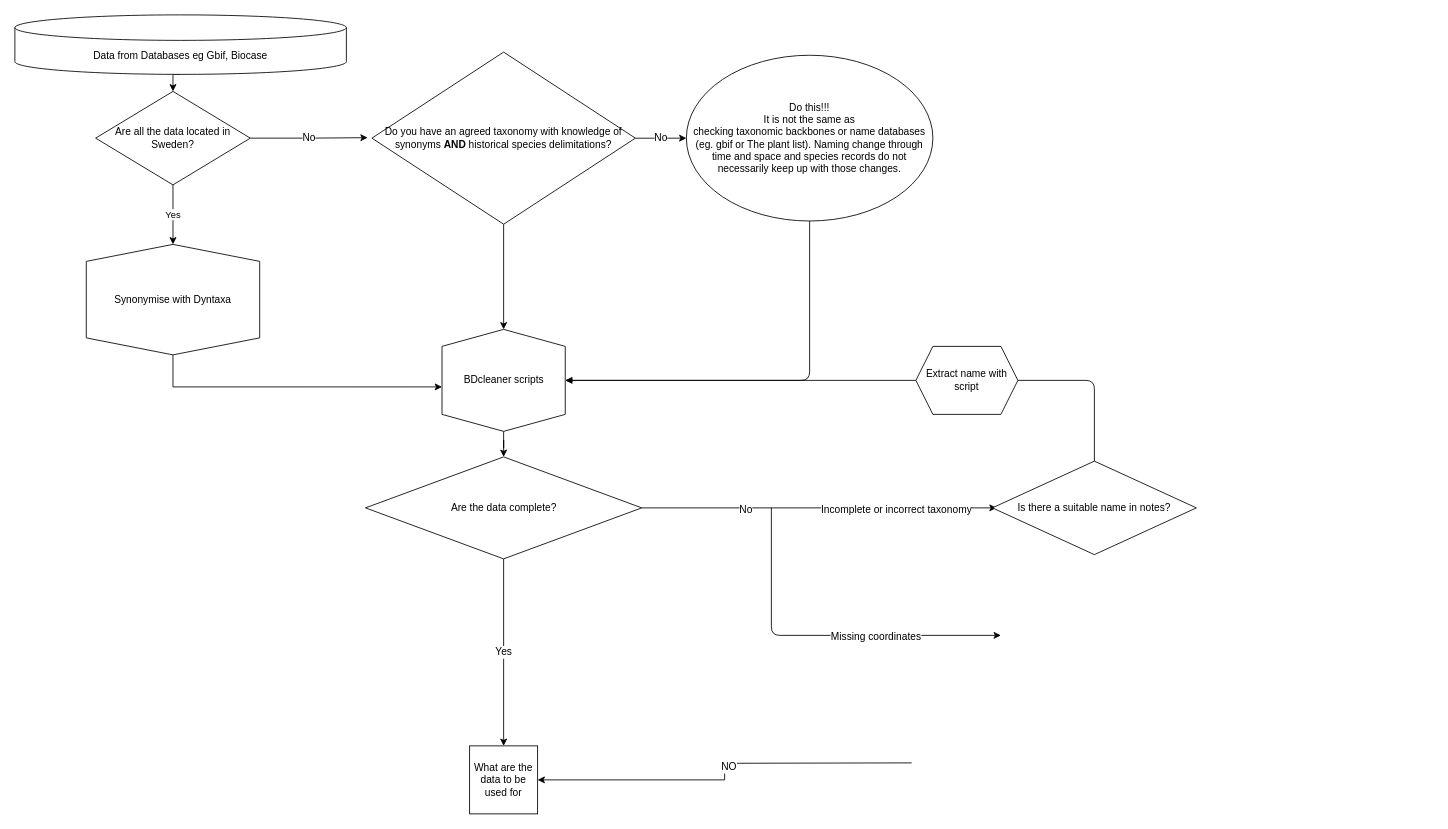
The draw.io diagram Workflow Overview.drawio in biodiversitydata-se/biodiversity-analysis-tools, before the edit. Source tidied: cells renumbered, new cells numbered last; positions are measured from the earlier drawing's top-left corner, leaving out a move shared by most shapes. Both pictures are drawn from the tidied source at 85%, with x=0, y=0 at pixel (14, 14).
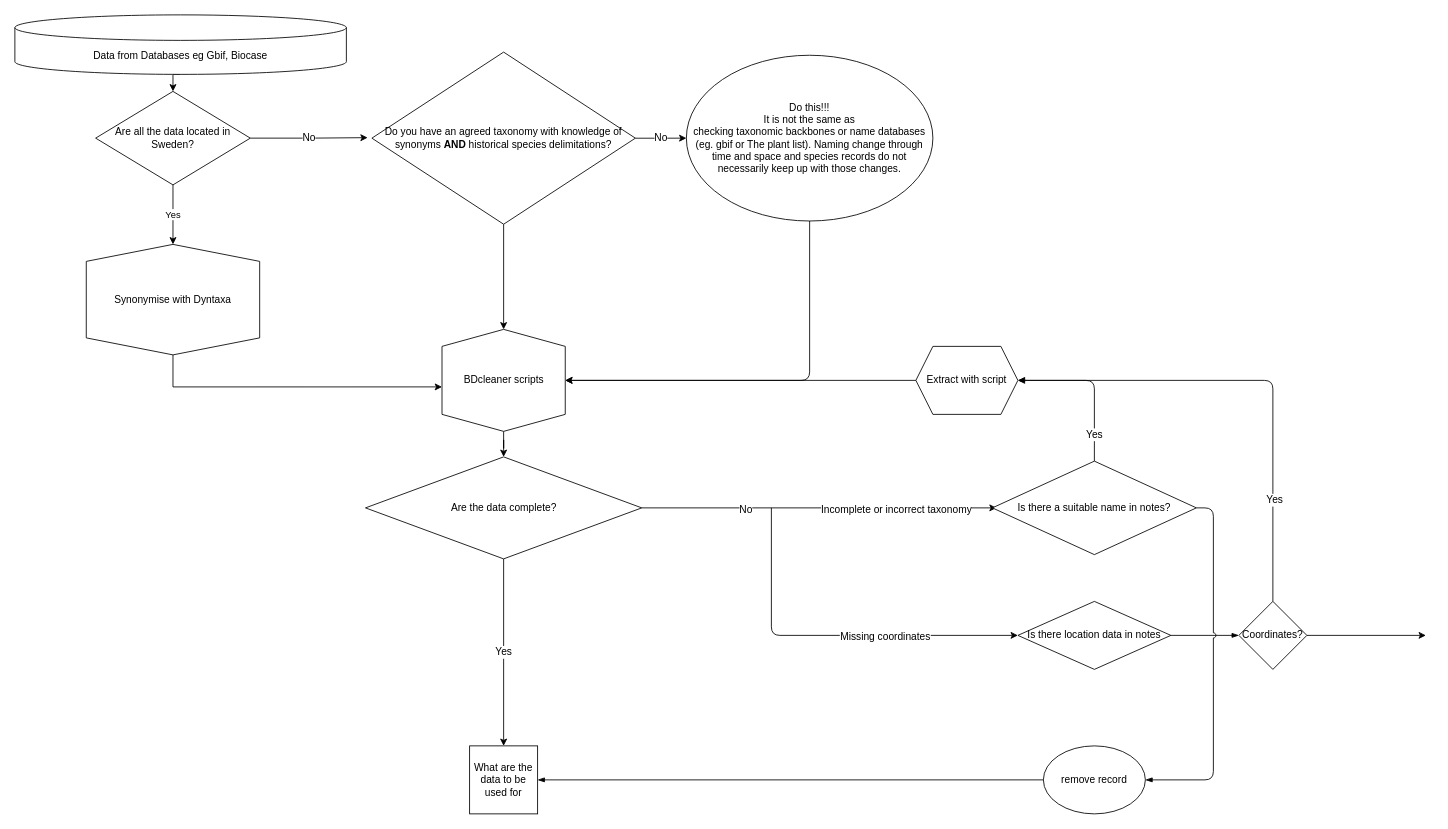
After the change.

Unchanged cells that the change refers to:
```xml
<mxCell id="15" value="BDcleaner scripts" style="shape=hexagon;perimeter=hexagonPerimeter2;whiteSpace=wrap;html=1;fixedSize=1;fontSize=12;direction=south;" parent="1" vertex="1">
  <mxGeometry x="502.5" y="370" width="145" height="120" as="geometry" />
</mxCell>
<mxCell id="20" value="What are the data to be used for" style="whiteSpace=wrap;html=1;fontSize=12;" parent="1" vertex="1">
  <mxGeometry x="535" y="860" width="80" height="80" as="geometry" />
</mxCell>
<mxCell id="27" value="Is there a suitable name in notes?" style="rhombus;whiteSpace=wrap;html=1;fontSize=12;" parent="1" vertex="1">
  <mxGeometry x="1150" y="525" width="240" height="110" as="geometry" />
</mxCell>
```

Diff of the diagram source:
```diff
@@
-    <mxCell id="18" style="edgeStyle=orthogonalEdgeStyle;rounded=0;jettySize=auto;html=1;fontSize=12;entryX=1;entryY=0.5;entryDx=0;entryDy=0;exitX=0.5;exitY=1;exitDx=0;exitDy=0;exitPerimeter=0;" parent="1" edge="1" target="20">
-      <mxGeometry relative="1" as="geometry">
-        <mxPoint x="1055" y="880" as="sourcePoint" />
-      </mxGeometry>
-    </mxCell>
-    <mxCell id="19" value="NO" style="edgeLabel;html=1;align=center;verticalAlign=middle;fontSize=12;" parent="18" vertex="1">
-      <mxGeometry x="-0.06" y="4" relative="1" as="geometry" />
-    </mxCell>
@@
-    <mxCell id="24" style="endArrow=classic;html=1;fontSize=12;edgeStyle=orthogonalEdgeStyle;" parent="1" edge="1">
+    <mxCell id="24" style="endArrow=classic;html=1;fontSize=12;edgeStyle=orthogonalEdgeStyle;entryX=0;entryY=0.5;entryDx=0;entryDy=0;" parent="1" edge="1" target="32">
       <mxGeometry relative="1" as="geometry">
         <mxPoint x="890" y="580" as="sourcePoint" />
-        <mxPoint x="1160" y="730" as="targetPoint" />
         <Array as="points">
           <mxPoint x="890" y="730" />
         </Array>
       </mxGeometry>
     </mxCell>
@@
-    <mxCell id="26" style="edgeStyle=orthogonalEdgeStyle;rounded=1;jumpStyle=arc;jettySize=auto;html=1;endArrow=blockThin;endFill=1;fontSize=12;entryX=0.5;entryY=0;entryDx=0;entryDy=0;" parent="1" edge="1" source="27" target="15">
+    <mxCell id="26" style="edgeStyle=orthogonalEdgeStyle;rounded=1;jumpStyle=arc;jettySize=auto;html=1;endArrow=blockThin;endFill=1;fontSize=12;entryX=1;entryY=0.5;entryDx=0;entryDy=0;" parent="1" edge="1" source="27" target="28">
       <mxGeometry relative="1" as="geometry">
         <Array as="points">
           <mxPoint x="1270" y="430" />
         </Array>
       </mxGeometry>
     </mxCell>
+    <mxCell id="29" value="Yes" style="edgeLabel;html=1;align=center;verticalAlign=middle;fontSize=12;" parent="26" vertex="1">
+      <mxGeometry x="-0.65" y="1" relative="1" as="geometry" />
+    </mxCell>
+    <mxCell id="30" style="edgeStyle=orthogonalEdgeStyle;rounded=1;jumpStyle=arc;jettySize=auto;html=1;endArrow=blockThin;endFill=1;fontSize=12;entryX=1;entryY=0.5;entryDx=0;entryDy=0;" parent="1" edge="1" source="38" target="20">
+      <mxGeometry relative="1" as="geometry" />
+    </mxCell>
@@
-    <mxCell id="28" value="Extract name with script" style="shape=hexagon;perimeter=hexagonPerimeter2;whiteSpace=wrap;html=1;fixedSize=1;fontSize=12;" parent="1" vertex="1">
+    <mxCell id="28" value="Extract with script" style="shape=hexagon;perimeter=hexagonPerimeter2;whiteSpace=wrap;html=1;fixedSize=1;fontSize=12;" parent="1" vertex="1">
       <mxGeometry x="1060" y="390" width="120" height="80" as="geometry" />
     </mxCell>
+    <mxCell id="31" style="edgeStyle=orthogonalEdgeStyle;rounded=1;jumpStyle=arc;jettySize=auto;html=1;endArrow=blockThin;endFill=1;fontSize=12;" parent="1" edge="1" source="32" target="34">
+      <mxGeometry relative="1" as="geometry" />
+    </mxCell>
+    <mxCell id="32" value="Is there location data in notes " style="rhombus;whiteSpace=wrap;html=1;fontSize=12;" parent="1" vertex="1">
+      <mxGeometry x="1180" y="690" width="180" height="80" as="geometry" />
+    </mxCell>
+    <mxCell id="33" style="endArrow=classic;html=1;fontSize=12;exitX=0;exitY=0.5;exitDx=0;exitDy=0;entryX=0.5;entryY=0;entryDx=0;entryDy=0;" parent="1" edge="1" source="28" target="15">
+      <mxGeometry relative="1" as="geometry" />
+    </mxCell>
+    <mxCell id="34" value="Coordinates?" style="rhombus;whiteSpace=wrap;html=1;fontSize=12;" parent="1" vertex="1">
+      <mxGeometry x="1440" y="690" width="80" height="80" as="geometry" />
+    </mxCell>
+    <mxCell id="35" style="endArrow=classic;html=1;fontSize=12;exitX=0.5;exitY=0;exitDx=0;exitDy=0;edgeStyle=orthogonalEdgeStyle;entryX=1;entryY=0.5;entryDx=0;entryDy=0;" parent="1" edge="1" source="34" target="28">
+      <mxGeometry relative="1" as="geometry">
+        <Array as="points">
+          <mxPoint x="1480" y="430" />
+        </Array>
+      </mxGeometry>
+    </mxCell>
+    <mxCell id="36" value="Yes" style="edgeLabel;html=1;align=center;verticalAlign=middle;fontSize=12;" parent="35" vertex="1">
+      <mxGeometry x="-0.57" y="-1" relative="1" as="geometry" />
+    </mxCell>
+    <mxCell id="37" style="endArrow=classic;html=1;fontSize=12;exitX=1;exitY=0.5;exitDx=0;exitDy=0;" parent="1" edge="1" source="34">
+      <mxGeometry relative="1" as="geometry">
+        <mxPoint x="1660" y="730" as="targetPoint" />
+      </mxGeometry>
+    </mxCell>
+    <mxCell id="38" value="remove record" style="ellipse;whiteSpace=wrap;html=1;fontSize=12;" parent="1" vertex="1">
+      <mxGeometry x="1210" y="860" width="120" height="80" as="geometry" />
+    </mxCell>
+    <mxCell id="39" style="edgeStyle=orthogonalEdgeStyle;rounded=1;jumpStyle=arc;jettySize=auto;html=1;endArrow=blockThin;endFill=1;fontSize=12;entryX=1;entryY=0.5;entryDx=0;entryDy=0;" parent="1" edge="1" source="27" target="38">
+      <mxGeometry relative="1" as="geometry">
+        <Array as="points">
+          <mxPoint x="1410" y="580" />
+          <mxPoint x="1410" y="900" />
+        </Array>
+      </mxGeometry>
+    </mxCell>
```
